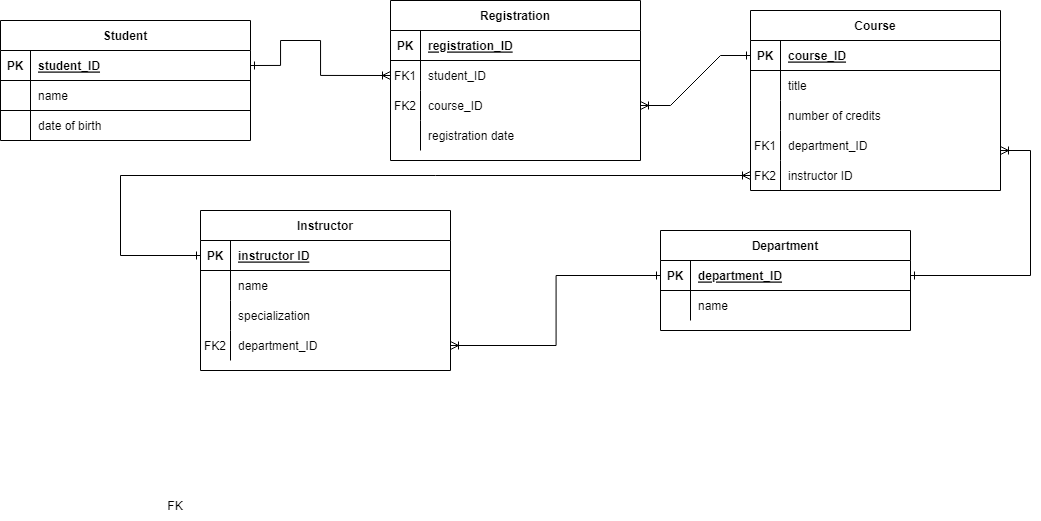
Before: week11/CW11-2-1-ERD.png, a diagram exported from draw.io (ffarzam/CW-98). Source tidied: cells renumbered, new cells last; positions are measured from the earlier drawing's top-left corner, leaving out a move shared by most shapes.
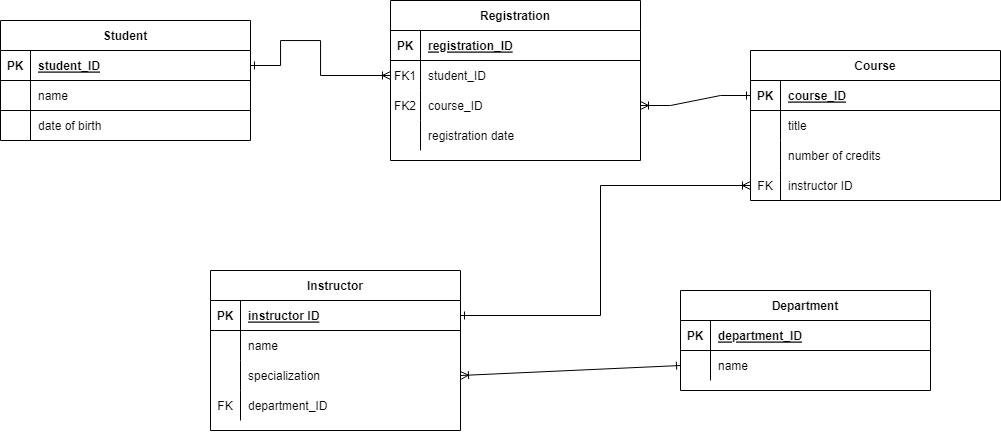
Later version of the same file.

Diff of the diagram source:
```diff
@@ -3,7 +3,7 @@
     <mxCell id="0" />
     <mxCell id="1" parent="0" />
     <mxCell id="2" value="Course" style="shape=table;startSize=30;rowLines=0;fontStyle=1;align=center;" parent="1" vertex="1">
-      <mxGeometry x="750" y="10" width="250" height="180" as="geometry" />
+      <mxGeometry x="750" y="50" width="250" height="150" as="geometry" />
     </mxCell>
     <mxCell id="3" style="shape=partialRectangle;fillColor=none;points=[[0,0.5],[1,0.5]];portConstraint=eastwest;top=0;left=0;right=0;bottom=1;" parent="2" vertex="1">
       <mxGeometry y="30" width="250" height="30" as="geometry" />
@@ -32,17 +32,8 @@
     <mxCell id="11" value="number of credits" style="shape=partialRectangle;overflow=hidden;fillColor=none;top=0;left=0;bottom=0;right=0;align=left;spacingLeft=6;" parent="9" vertex="1">
       <mxGeometry x="30" width="220" height="30" as="geometry" />
     </mxCell>
-    <mxCell id="12" style="shape=partialRectangle;fillColor=none;top=0;left=0;right=0;bottom=0;" parent="2" vertex="1">
-      <mxGeometry y="120" width="250" height="30" as="geometry" />
-    </mxCell>
-    <mxCell id="13" style="shape=partialRectangle;overflow=hidden;fillColor=none;top=0;left=0;bottom=0;right=0;" parent="12" vertex="1">
-      <mxGeometry width="30" height="30" as="geometry" />
-    </mxCell>
-    <mxCell id="14" style="shape=partialRectangle;overflow=hidden;fillColor=none;top=0;left=0;bottom=0;right=0;align=left;spacingLeft=6;" parent="12" vertex="1">
-      <mxGeometry x="30" width="220" height="30" as="geometry" />
-    </mxCell>
     <mxCell id="15" style="shape=partialRectangle;fillColor=none;points=[[0,0.5],[1,0.5]];portConstraint=eastwest;top=0;left=0;right=0;bottom=0;" parent="2" vertex="1">
-      <mxGeometry y="150" width="250" height="30" as="geometry" />
+      <mxGeometry y="120" width="250" height="30" as="geometry" />
     </mxCell>
     <mxCell id="16" style="shape=partialRectangle;overflow=hidden;fillColor=none;top=0;left=0;bottom=0;right=0;" parent="15" vertex="1">
       <mxGeometry width="30" height="30" as="geometry" />
@@ -120,7 +111,7 @@
       <mxGeometry x="30" width="220" height="30" as="geometry" />
     </mxCell>
     <mxCell id="41" value="Instructor" style="shape=table;startSize=30;rowLines=0;fontStyle=1;align=center;" parent="1" vertex="1">
-      <mxGeometry x="200" y="210" width="250" height="160" as="geometry" />
+      <mxGeometry x="210" y="270" width="250" height="160" as="geometry" />
     </mxCell>
     <mxCell id="42" style="shape=partialRectangle;fillColor=none;points=[[0,0.5],[1,0.5]];portConstraint=eastwest;top=0;left=0;right=0;bottom=1;" parent="41" vertex="1">
       <mxGeometry y="30" width="250" height="30" as="geometry" />
@@ -149,17 +140,17 @@
     <mxCell id="50" value="specialization" style="shape=partialRectangle;overflow=hidden;fillColor=none;top=0;left=0;bottom=0;right=0;align=left;spacingLeft=6;" parent="48" vertex="1">
       <mxGeometry x="30" width="220" height="30" as="geometry" />
     </mxCell>
-    <mxCell id="51" style="shape=partialRectangle;fillColor=none;points=[[0,0.5],[1,0.5]];portConstraint=eastwest;top=0;left=0;right=0;bottom=0;" parent="41" vertex="1">
-      <mxGeometry y="120" width="250" height="30" as="geometry" />
-    </mxCell>
-    <mxCell id="52" style="shape=partialRectangle;overflow=hidden;fillColor=none;top=0;left=0;bottom=0;right=0;" parent="51" vertex="1">
-      <mxGeometry width="30" height="30" as="geometry" />
-    </mxCell>
+    <mxCell id="71" style="shape=partialRectangle;fillColor=none;top=0;left=0;right=0;bottom=0;" parent="41" vertex="1">
+      <mxGeometry y="120" width="250" height="30" as="geometry" />
+    </mxCell>
+    <mxCell id="65" value="FK" style="shape=partialRectangle;overflow=hidden;fillColor=none;top=0;left=0;bottom=0;right=0;" parent="71" vertex="1">
+      <mxGeometry width="30" height="30" as="geometry" />
+    </mxCell>
-    <mxCell id="53" value="department_ID" style="shape=partialRectangle;overflow=hidden;fillColor=none;top=0;left=0;bottom=0;right=0;align=left;spacingLeft=6;" parent="51" vertex="1">
+    <mxCell id="53" value="department_ID" style="shape=partialRectangle;overflow=hidden;fillColor=none;top=0;left=0;bottom=0;right=0;align=left;spacingLeft=6;" parent="71" vertex="1">
       <mxGeometry x="30" width="220" height="30" as="geometry" />
     </mxCell>
     <mxCell id="54" value="Department" style="shape=table;startSize=30;rowLines=0;fontStyle=1;align=center;" parent="1" vertex="1">
-      <mxGeometry x="660" y="230" width="250" height="100" as="geometry" />
+      <mxGeometry x="680" y="290" width="250" height="100" as="geometry" />
     </mxCell>
     <mxCell id="55" style="shape=partialRectangle;fillColor=none;points=[[0,0.5],[1,0.5]];portConstraint=eastwest;top=0;left=0;right=0;bottom=1;" parent="54" vertex="1">
       <mxGeometry y="30" width="250" height="30" as="geometry" />
@@ -192,39 +183,18 @@
         </Array>
       </mxGeometry>
     </mxCell>
-    <mxCell id="63" style="edgeStyle=elbowEdgeStyle;rounded=0;jettySize=auto;html=1;entryX=1;entryY=0.5;entryDx=0;entryDy=0;startArrow=ERoneToMany;startFill=0;endArrow=ERone;endFill=0;" parent="1" edge="1" target="55">
-      <mxGeometry relative="1" as="geometry">
-        <mxPoint x="1000" y="150" as="sourcePoint" />
-        <Array as="points">
-          <mxPoint x="1030" y="280" />
-          <mxPoint x="860" y="170" />
-        </Array>
-      </mxGeometry>
-    </mxCell>
-    <mxCell id="64" style="edgeStyle=elbowEdgeStyle;rounded=0;jettySize=auto;html=1;endArrow=ERone;endFill=0;startArrow=ERoneToMany;startFill=0;exitX=1;exitY=0.5;exitDx=0;exitDy=0;entryX=0;entryY=0.5;entryDx=0;entryDy=0;" parent="1" edge="1" source="51" target="55">
-      <mxGeometry relative="1" as="geometry" />
-    </mxCell>
-    <mxCell id="65" value="FK" style="shape=partialRectangle;overflow=hidden;fillColor=none;top=0;left=0;bottom=0;right=0;" parent="1" vertex="1">
-      <mxGeometry x="160" y="490" width="30" height="30" as="geometry" />
-    </mxCell>
-    <mxCell id="66" value="FK1" style="shape=partialRectangle;overflow=hidden;fillColor=none;top=0;left=0;bottom=0;right=0;" parent="1" vertex="1">
-      <mxGeometry x="750" y="130" width="30" height="30" as="geometry" />
-    </mxCell>
-    <mxCell id="67" value="department_ID" style="shape=partialRectangle;overflow=hidden;fillColor=none;top=0;left=0;bottom=0;right=0;align=left;spacingLeft=6;fontStyle=0;strokeColor=default;" parent="1" vertex="1">
-      <mxGeometry x="780" y="130" width="220" height="30" as="geometry" />
-    </mxCell>
-    <mxCell id="68" value="FK2" style="shape=partialRectangle;overflow=hidden;fillColor=none;top=0;left=0;bottom=0;right=0;" parent="1" vertex="1">
-      <mxGeometry x="750" y="160" width="30" height="30" as="geometry" />
+    <mxCell id="68" value="FK" style="shape=partialRectangle;overflow=hidden;fillColor=none;top=0;left=0;bottom=0;right=0;" parent="1" vertex="1">
+      <mxGeometry x="750" y="170" width="30" height="30" as="geometry" />
     </mxCell>
-    <mxCell id="69" style="edgeStyle=elbowEdgeStyle;rounded=0;jettySize=auto;html=1;exitX=0;exitY=0.5;exitDx=0;exitDy=0;entryX=0;entryY=0.5;entryDx=0;entryDy=0;startArrow=ERone;startFill=0;endArrow=ERoneToMany;endFill=0;" parent="1" edge="1" source="42" target="15">
+    <mxCell id="69" style="edgeStyle=elbowEdgeStyle;rounded=0;jettySize=auto;html=1;entryX=0;entryY=0.5;entryDx=0;entryDy=0;startArrow=ERone;startFill=0;endArrow=ERoneToMany;endFill=0;exitX=1;exitY=0.5;exitDx=0;exitDy=0;" parent="1" edge="1" source="42" target="15">
       <mxGeometry relative="1" as="geometry">
         <Array as="points">
-          <mxPoint x="120" y="260" />
+          <mxPoint x="600" y="260" />
         </Array>
       </mxGeometry>
     </mxCell>
-    <mxCell id="70" value="FK2" style="shape=partialRectangle;overflow=hidden;fillColor=none;top=0;left=0;bottom=0;right=0;" parent="1" vertex="1">
-      <mxGeometry x="200" y="330" width="30" height="30" as="geometry" />
-    </mxCell>
+    <mxCell id="72" style="edgeStyle=none;rounded=0;jettySize=auto;html=1;exitX=1;exitY=0.5;exitDx=0;exitDy=0;entryX=0;entryY=0.5;entryDx=0;entryDy=0;endArrow=ERone;endFill=0;startArrow=ERoneToMany;startFill=0;" parent="1" edge="1" source="48" target="58">
+      <mxGeometry relative="1" as="geometry" />
+    </mxCell>
   </root>
 </mxGraphModel>
```
